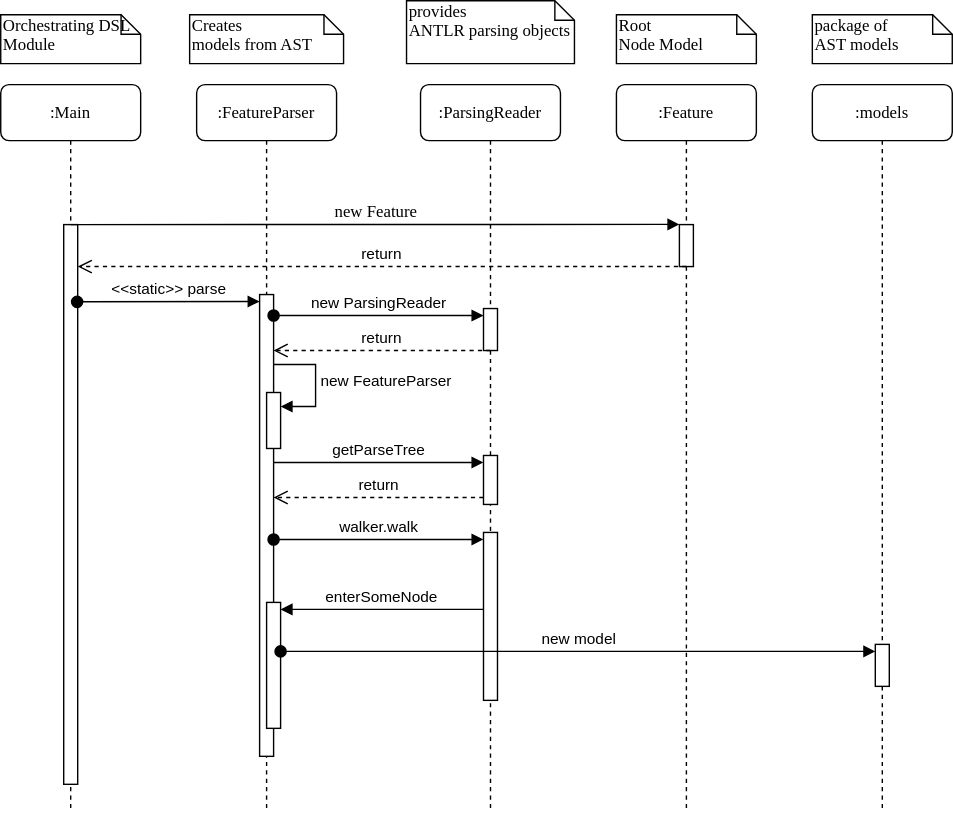
Before: dsl/doc/images/sequenzdiagramm-main-entry.svg, a diagram exported from draw.io (PIEKER/Pieker). Source tidied: cells renumbered, new cells last; positions are measured from the earlier drawing's top-left corner, leaving out a move shared by most shapes.
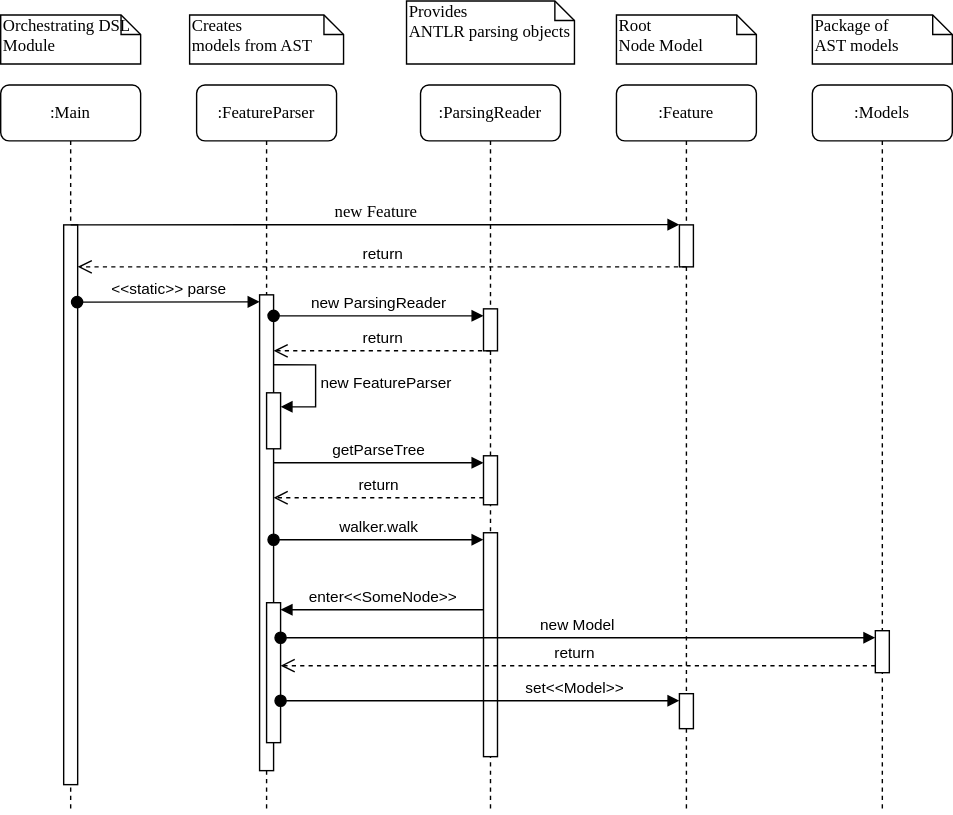
Later version of the same file.

Diff of the diagram source:
```diff
@@ -6,7 +6,7 @@
       <mxGeometry x="140" y="60" width="100" height="520" as="geometry" />
     </mxCell>
     <mxCell id="3" style="html=1;points=[[0,0,0,0,5],[0,1,0,0,-5],[1,0,0,0,5],[1,1,0,0,-5]];perimeter=orthogonalPerimeter;outlineConnect=0;targetShapes=umlLifeline;portConstraint=eastwest;newEdgeStyle={&quot;curved&quot;:0,&quot;rounded&quot;:0};" parent="2" vertex="1">
-      <mxGeometry x="45" y="150" width="10" height="330" as="geometry" />
+      <mxGeometry x="45" y="150" width="10" height="340" as="geometry" />
     </mxCell>
     <mxCell id="4" style="html=1;points=[[0,0,0,0,5],[0,1,0,0,-5],[1,0,0,0,5],[1,1,0,0,-5]];perimeter=orthogonalPerimeter;outlineConnect=0;targetShapes=umlLifeline;portConstraint=eastwest;newEdgeStyle={&quot;curved&quot;:0,&quot;rounded&quot;:0};" parent="2" vertex="1">
       <mxGeometry x="50" y="220" width="10" height="40" as="geometry" />
@@ -20,7 +20,7 @@
       </mxGeometry>
     </mxCell>
     <mxCell id="6" style="html=1;points=[[0,0,0,0,5],[0,1,0,0,-5],[1,0,0,0,5],[1,1,0,0,-5]];perimeter=orthogonalPerimeter;outlineConnect=0;targetShapes=umlLifeline;portConstraint=eastwest;newEdgeStyle={&quot;curved&quot;:0,&quot;rounded&quot;:0};" parent="2" vertex="1">
-      <mxGeometry x="50" y="370" width="10" height="90" as="geometry" />
+      <mxGeometry x="50" y="370" width="10" height="100" as="geometry" />
     </mxCell>
     <mxCell id="7" value=":ParsingReader" style="shape=umlLifeline;perimeter=lifelinePerimeter;whiteSpace=wrap;html=1;rounded=1;shadow=0;comic=0;labelBackgroundColor=none;strokeWidth=1;fontFamily=Verdana;fontSize=12;align=center;" parent="1" vertex="1">
       <mxGeometry x="300" y="60" width="100" height="520" as="geometry" />
@@ -32,7 +32,7 @@
       <mxGeometry x="45" y="265" width="10" height="35" as="geometry" />
     </mxCell>
     <mxCell id="10" style="html=1;points=[[0,0,0,0,5],[0,1,0,0,-5],[1,0,0,0,5],[1,1,0,0,-5]];perimeter=orthogonalPerimeter;outlineConnect=0;targetShapes=umlLifeline;portConstraint=eastwest;newEdgeStyle={&quot;curved&quot;:0,&quot;rounded&quot;:0};" parent="7" vertex="1">
-      <mxGeometry x="45" y="320" width="10" height="120" as="geometry" />
+      <mxGeometry x="45" y="320" width="10" height="160" as="geometry" />
     </mxCell>
     <mxCell id="11" value=":Feature" style="shape=umlLifeline;perimeter=lifelinePerimeter;whiteSpace=wrap;html=1;rounded=1;shadow=0;comic=0;labelBackgroundColor=none;strokeWidth=1;fontFamily=Verdana;fontSize=12;align=center;" parent="1" vertex="1">
       <mxGeometry x="440" y="60" width="100" height="520" as="geometry" />
@@ -40,11 +40,14 @@
     <mxCell id="12" style="html=1;points=[];perimeter=orthogonalPerimeter;rounded=0;shadow=0;comic=0;labelBackgroundColor=none;strokeWidth=1;fontFamily=Verdana;fontSize=12;align=center;" parent="11" vertex="1">
       <mxGeometry x="45" y="100" width="10" height="30" as="geometry" />
     </mxCell>
+    <mxCell id="32" style="html=1;points=[[0,0,0,0,5],[0,1,0,0,-5],[1,0,0,0,5],[1,1,0,0,-5]];perimeter=orthogonalPerimeter;outlineConnect=0;targetShapes=umlLifeline;portConstraint=eastwest;newEdgeStyle={&quot;curved&quot;:0,&quot;rounded&quot;:0};" parent="11" vertex="1">
+      <mxGeometry x="45" y="435" width="10" height="25" as="geometry" />
+    </mxCell>
-    <mxCell id="13" value=":models" style="shape=umlLifeline;perimeter=lifelinePerimeter;whiteSpace=wrap;html=1;rounded=1;shadow=0;comic=0;labelBackgroundColor=none;strokeWidth=1;fontFamily=Verdana;fontSize=12;align=center;" parent="1" vertex="1">
+    <mxCell id="13" value=":Models" style="shape=umlLifeline;perimeter=lifelinePerimeter;whiteSpace=wrap;html=1;rounded=1;shadow=0;comic=0;labelBackgroundColor=none;strokeWidth=1;fontFamily=Verdana;fontSize=12;align=center;" parent="1" vertex="1">
       <mxGeometry x="580" y="60" width="100" height="520" as="geometry" />
     </mxCell>
     <mxCell id="14" style="html=1;points=[[0,0,0,0,5],[0,1,0,0,-5],[1,0,0,0,5],[1,1,0,0,-5]];perimeter=orthogonalPerimeter;outlineConnect=0;targetShapes=umlLifeline;portConstraint=eastwest;newEdgeStyle={&quot;curved&quot;:0,&quot;rounded&quot;:0};" parent="13" vertex="1">
-      <mxGeometry x="45" y="400" width="10" height="30" as="geometry" />
+      <mxGeometry x="45" y="390" width="10" height="30" as="geometry" />
     </mxCell>
     <mxCell id="15" value=":Main" style="shape=umlLifeline;perimeter=lifelinePerimeter;whiteSpace=wrap;html=1;rounded=1;shadow=0;comic=0;labelBackgroundColor=none;strokeWidth=1;fontFamily=Verdana;fontSize=12;align=center;" parent="1" vertex="1">
       <mxGeometry y="60" width="100" height="520" as="geometry" />
@@ -61,13 +64,13 @@
     <mxCell id="19" value="Creates&amp;nbsp;&lt;div&gt;models from AST&lt;/div&gt;" style="shape=note;whiteSpace=wrap;html=1;size=14;verticalAlign=top;align=left;spacingTop=-6;rounded=0;shadow=0;comic=0;labelBackgroundColor=none;strokeWidth=1;fontFamily=Verdana;fontSize=12;" parent="1" vertex="1">
       <mxGeometry x="135" y="10" width="110" height="35" as="geometry" />
     </mxCell>
-    <mxCell id="20" value="provides&amp;nbsp;&lt;div&gt;ANTLR parsing objects&lt;/div&gt;" style="shape=note;whiteSpace=wrap;html=1;size=14;verticalAlign=top;align=left;spacingTop=-6;rounded=0;shadow=0;comic=0;labelBackgroundColor=none;strokeWidth=1;fontFamily=Verdana;fontSize=12;" parent="1" vertex="1">
+    <mxCell id="20" value="Provides&amp;nbsp;&lt;div&gt;ANTLR parsing objects&lt;/div&gt;" style="shape=note;whiteSpace=wrap;html=1;size=14;verticalAlign=top;align=left;spacingTop=-6;rounded=0;shadow=0;comic=0;labelBackgroundColor=none;strokeWidth=1;fontFamily=Verdana;fontSize=12;" parent="1" vertex="1">
       <mxGeometry x="290" width="120" height="45" as="geometry" />
     </mxCell>
     <mxCell id="21" value="Root&amp;nbsp;&lt;div&gt;Node&amp;nbsp;&lt;span style=&quot;background-color: initial;&quot;&gt;Model&lt;/span&gt;&lt;/div&gt;" style="shape=note;whiteSpace=wrap;html=1;size=14;verticalAlign=top;align=left;spacingTop=-6;rounded=0;shadow=0;comic=0;labelBackgroundColor=none;strokeWidth=1;fontFamily=Verdana;fontSize=12;" parent="1" vertex="1">
       <mxGeometry x="440" y="10" width="100" height="35" as="geometry" />
     </mxCell>
-    <mxCell id="22" value="package of&amp;nbsp;&lt;div&gt;AST models&lt;/div&gt;" style="shape=note;whiteSpace=wrap;html=1;size=14;verticalAlign=top;align=left;spacingTop=-6;rounded=0;shadow=0;comic=0;labelBackgroundColor=none;strokeWidth=1;fontFamily=Verdana;fontSize=12;" parent="1" vertex="1">
+    <mxCell id="22" value="Package of&amp;nbsp;&lt;div&gt;AST models&lt;/div&gt;" style="shape=note;whiteSpace=wrap;html=1;size=14;verticalAlign=top;align=left;spacingTop=-6;rounded=0;shadow=0;comic=0;labelBackgroundColor=none;strokeWidth=1;fontFamily=Verdana;fontSize=12;" parent="1" vertex="1">
       <mxGeometry x="580" y="10" width="100" height="35" as="geometry" />
     </mxCell>
     <mxCell id="23" value="return" style="html=1;verticalAlign=bottom;endArrow=open;dashed=1;endSize=8;curved=0;rounded=0;" parent="1" edge="1" target="16">
@@ -95,11 +98,19 @@
     <mxCell id="29" value="walker.walk" style="html=1;verticalAlign=bottom;startArrow=oval;endArrow=block;startSize=8;curved=0;rounded=0;entryX=0;entryY=0;entryDx=0;entryDy=5;" parent="1" edge="1" source="3" target="10">
       <mxGeometry relative="1" as="geometry" />
     </mxCell>
-    <mxCell id="30" value="enterSomeNode" style="html=1;verticalAlign=bottom;endArrow=block;curved=0;rounded=0;entryX=1;entryY=0;entryDx=0;entryDy=5;" parent="1" edge="1" source="10" target="6">
+    <mxCell id="30" value="enter&amp;lt;&amp;lt;SomeNode&amp;gt;&amp;gt;" style="html=1;verticalAlign=bottom;endArrow=block;curved=0;rounded=0;entryX=1;entryY=0;entryDx=0;entryDy=5;" parent="1" edge="1" source="10" target="6">
       <mxGeometry relative="1" as="geometry" />
     </mxCell>
-    <mxCell id="31" value="new model" style="html=1;verticalAlign=bottom;startArrow=oval;endArrow=block;startSize=8;curved=0;rounded=0;entryX=0;entryY=0;entryDx=0;entryDy=5;" parent="1" edge="1" source="6" target="14">
+    <mxCell id="31" value="new Model" style="html=1;verticalAlign=bottom;startArrow=oval;endArrow=block;startSize=8;curved=0;rounded=0;entryX=0;entryY=0;entryDx=0;entryDy=5;" parent="1" edge="1" source="6" target="14">
       <mxGeometry relative="1" as="geometry" />
     </mxCell>
+    <mxCell id="33" value="return" style="html=1;verticalAlign=bottom;endArrow=open;dashed=1;endSize=8;curved=0;rounded=0;exitX=0;exitY=1;exitDx=0;exitDy=-5;exitPerimeter=0;" parent="1" edge="1" source="14" target="6">
+      <mxGeometry x="0.01" relative="1" as="geometry" />
+    </mxCell>
+    <mxCell id="34" value="set&amp;lt;&amp;lt;Model&amp;gt;&amp;gt;" style="html=1;verticalAlign=bottom;startArrow=oval;endArrow=block;startSize=8;curved=0;rounded=0;entryX=0;entryY=0;entryDx=0;entryDy=5;entryPerimeter=0;" parent="1" edge="1" target="32">
+      <mxGeometry x="0.47" relative="1" as="geometry">
+        <mxPoint x="200" y="500" as="sourcePoint" />
+      </mxGeometry>
+    </mxCell>
   </root>
 </mxGraphModel>
```
